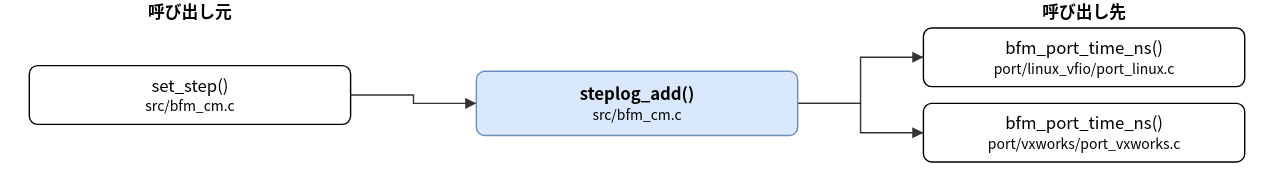
This is doc/spec/images/call_src_bfm_cm-steplog_add.drawio.svg from hf355051012-ai/bfmem, a draw.io export, as it was before one commit. Source tidied: cells renumbered, new cells last; positions are measured from the earlier drawing's top-left corner, leaving out a move shared by most shapes.
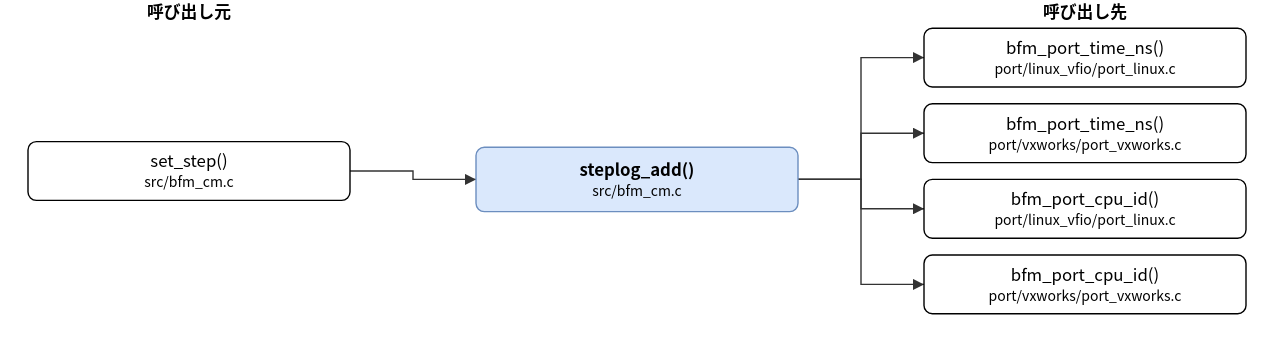
The same file after the commit.

What changed in the source:
```diff
@@ -3,10 +3,10 @@
     <mxCell id="0" />
     <mxCell id="1" parent="0" />
     <mxCell id="2" value="steplog_add()&lt;br&gt;&lt;font style=&quot;font-size:10px&quot;&gt;src/bfm_cm.c&lt;/font&gt;" style="rounded=1;whiteSpace=wrap;html=1;fillColor=#dae8fc;strokeColor=#6c8ebf;fontStyle=1;" parent="1" vertex="1">
-      <mxGeometry x="320" y="51" width="230" height="46" as="geometry" />
+      <mxGeometry x="320" y="105" width="230" height="46" as="geometry" />
     </mxCell>
     <mxCell id="3" value="set_step()&lt;br&gt;&lt;font style=&quot;font-size:10px&quot;&gt;src/bfm_cm.c&lt;/font&gt;" style="rounded=1;whiteSpace=wrap;html=1;" parent="1" vertex="1">
-      <mxGeometry y="47" width="230" height="42" as="geometry" />
+      <mxGeometry y="101" width="230" height="42" as="geometry" />
     </mxCell>
     <mxCell id="4" value="bfm_port_time_ns()&lt;br&gt;&lt;font style=&quot;font-size:10px&quot;&gt;port/linux_vfio/port_linux.c&lt;/font&gt;" style="rounded=1;whiteSpace=wrap;html=1;" parent="1" vertex="1">
       <mxGeometry x="640" y="20" width="230" height="42" as="geometry" />
@@ -14,18 +14,24 @@
     <mxCell id="5" value="bfm_port_time_ns()&lt;br&gt;&lt;font style=&quot;font-size:10px&quot;&gt;port/vxworks/port_vxworks.c&lt;/font&gt;" style="rounded=1;whiteSpace=wrap;html=1;" parent="1" vertex="1">
       <mxGeometry x="640" y="74" width="230" height="42" as="geometry" />
     </mxCell>
+    <mxCell id="11" value="bfm_port_cpu_id()&lt;br&gt;&lt;font style=&quot;font-size:10px&quot;&gt;port/linux_vfio/port_linux.c&lt;/font&gt;" style="rounded=1;whiteSpace=wrap;html=1;" parent="1" vertex="1">
+      <mxGeometry x="640" y="128" width="230" height="42" as="geometry" />
+    </mxCell>
+    <mxCell id="12" value="bfm_port_cpu_id()&lt;br&gt;&lt;font style=&quot;font-size:10px&quot;&gt;port/vxworks/port_vxworks.c&lt;/font&gt;" style="rounded=1;whiteSpace=wrap;html=1;" parent="1" vertex="1">
+      <mxGeometry x="640" y="182" width="230" height="42" as="geometry" />
+    </mxCell>
     <mxCell id="6" style="edgeStyle=none;html=1;rounded=0;endArrow=block;endFill=1;exitX=1.0000;exitY=0.5000;exitDx=0;exitDy=0;exitPerimeter=0;entryX=0.0000;entryY=0.5000;entryDx=0;entryDy=0;entryPerimeter=0;" parent="1" edge="1" source="3" target="2">
       <mxGeometry relative="1" as="geometry">
         <Array as="points">
-          <mxPoint x="275" y="68" />
-          <mxPoint x="275" y="74" />
+          <mxPoint x="275" y="122" />
+          <mxPoint x="275" y="128" />
         </Array>
       </mxGeometry>
     </mxCell>
     <mxCell id="7" style="edgeStyle=none;html=1;rounded=0;endArrow=block;endFill=1;exitX=1.0000;exitY=0.5000;exitDx=0;exitDy=0;exitPerimeter=0;entryX=0.0000;entryY=0.5000;entryDx=0;entryDy=0;entryPerimeter=0;" parent="1" edge="1" source="2" target="4">
       <mxGeometry relative="1" as="geometry">
         <Array as="points">
-          <mxPoint x="595" y="74" />
+          <mxPoint x="595" y="128" />
           <mxPoint x="595" y="41" />
         </Array>
       </mxGeometry>
@@ -33,11 +39,27 @@
     <mxCell id="8" style="edgeStyle=none;html=1;rounded=0;endArrow=block;endFill=1;exitX=1.0000;exitY=0.5000;exitDx=0;exitDy=0;exitPerimeter=0;entryX=0.0000;entryY=0.5000;entryDx=0;entryDy=0;entryPerimeter=0;" parent="1" edge="1" source="2" target="5">
       <mxGeometry relative="1" as="geometry">
         <Array as="points">
-          <mxPoint x="595" y="74" />
+          <mxPoint x="595" y="128" />
           <mxPoint x="595" y="95" />
         </Array>
       </mxGeometry>
     </mxCell>
+    <mxCell id="13" style="edgeStyle=none;html=1;rounded=0;endArrow=block;endFill=1;exitX=1.0000;exitY=0.5000;exitDx=0;exitDy=0;exitPerimeter=0;entryX=0.0000;entryY=0.5000;entryDx=0;entryDy=0;entryPerimeter=0;" parent="1" edge="1" source="2" target="11">
+      <mxGeometry relative="1" as="geometry">
+        <Array as="points">
+          <mxPoint x="595" y="128" />
+          <mxPoint x="595" y="149" />
+        </Array>
+      </mxGeometry>
+    </mxCell>
+    <mxCell id="14" style="edgeStyle=none;html=1;rounded=0;endArrow=block;endFill=1;exitX=1.0000;exitY=0.5000;exitDx=0;exitDy=0;exitPerimeter=0;entryX=0.0000;entryY=0.5000;entryDx=0;entryDy=0;entryPerimeter=0;" parent="1" edge="1" source="2" target="12">
+      <mxGeometry relative="1" as="geometry">
+        <Array as="points">
+          <mxPoint x="595" y="128" />
+          <mxPoint x="595" y="203" />
+        </Array>
+      </mxGeometry>
+    </mxCell>
     <mxCell id="9" value="呼び出し元" style="text;html=1;align=center;fontStyle=1;" parent="1" vertex="1">
       <mxGeometry x="35" width="160" height="18" as="geometry" />
     </mxCell>
```
